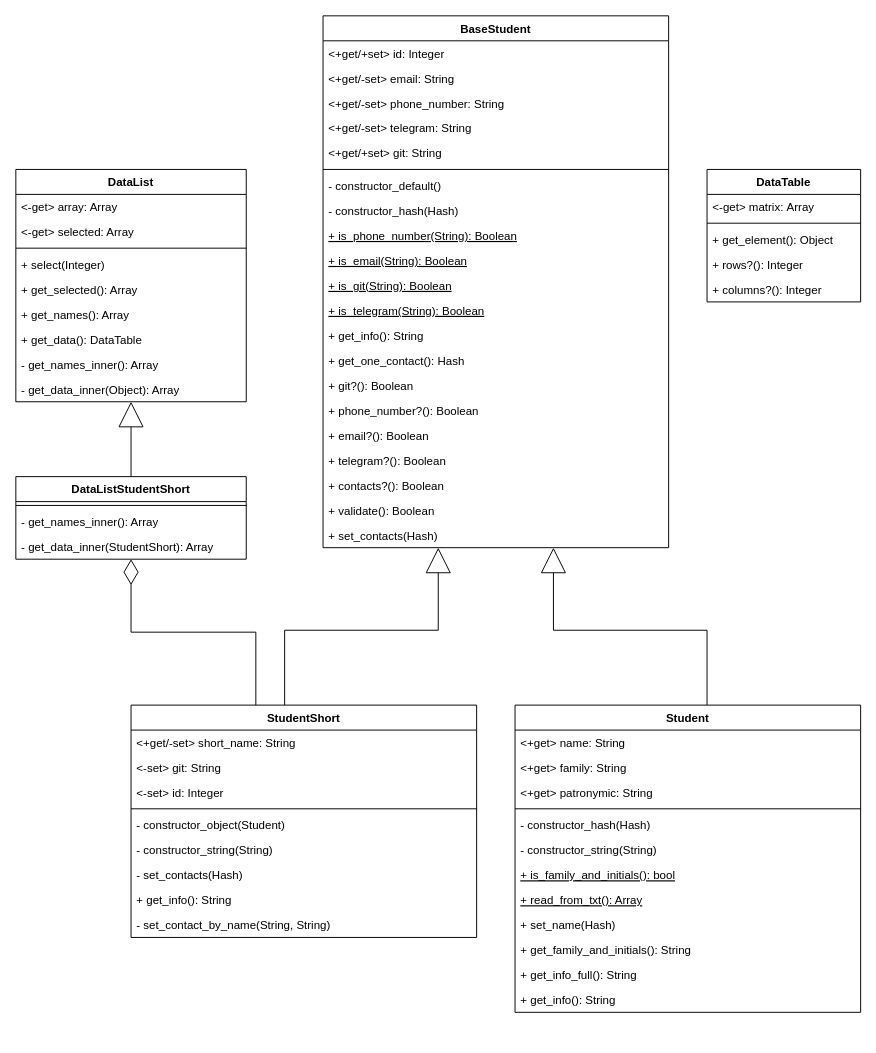
Above: lab2/docs/ClassDiagram.drawio in KirSaxhlil/PatternLabs (draw.io), before the change. Source tidied: cells renumbered, new cells numbered last; positions are measured from the earlier drawing's top-left corner, leaving out a move shared by most shapes. Both pictures are drawn from the tidied source at 96%, with x=0, y=0 at pixel (15, 15).
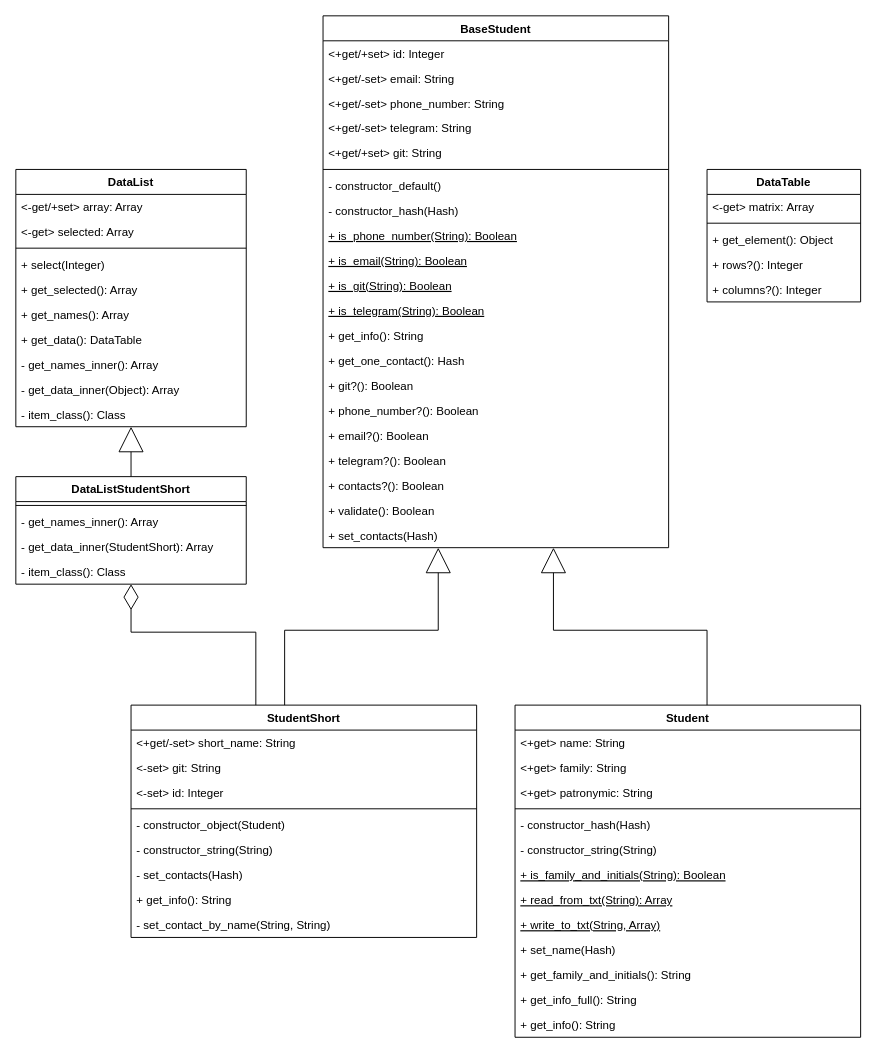
The same diagram, later.

Commit message (it also covers changes not shown here):
Лаб.2 Здч.3-10 Обновлена диаграмма классов

Добавлены недостающие методы. Внесены небольшие правки в диаграмму класса "Student" (забыл указать пару методов, аргументы методов).
А еще я почему-то упорно писал в предыдущих коммитах Лаб.3 вместо Лаб.2, вот незадача-то!

The edit, as a diff of the source:
```diff
@@
     <mxCell id="2" value="Student" style="swimlane;fontStyle=1;align=center;verticalAlign=top;horizontal=1;startSize=26;fillColor=default;swimlaneFillColor=default;" parent="1" vertex="1">
-      <mxGeometry x="520" y="718" width="360" height="320" as="geometry" />
+      <mxGeometry x="520" y="718" width="360" height="346" as="geometry" />
     </mxCell>
@@
-    <mxCell id="9" value="+ is_family_and_initials(): bool" style="text;strokeColor=none;fillColor=none;align=left;verticalAlign=top;spacingLeft=4;spacingRight=4;overflow=hidden;fontStyle=4;" parent="2" vertex="1">
+    <mxCell id="9" value="+ is_family_and_initials(String): Boolean" style="text;strokeColor=none;fillColor=none;align=left;verticalAlign=top;spacingLeft=4;spacingRight=4;overflow=hidden;fontStyle=4;" parent="2" vertex="1">
       <mxGeometry y="164" width="360" height="26" as="geometry" />
     </mxCell>
-    <mxCell id="10" value="+ read_from_txt(): Array" style="text;strokeColor=none;fillColor=none;align=left;verticalAlign=top;spacingLeft=4;spacingRight=4;overflow=hidden;fontStyle=4;" parent="2" vertex="1">
+    <mxCell id="10" value="+ read_from_txt(String): Array" style="text;strokeColor=none;fillColor=none;align=left;verticalAlign=top;spacingLeft=4;spacingRight=4;overflow=hidden;fontStyle=4;" parent="2" vertex="1">
       <mxGeometry y="190" width="360" height="26" as="geometry" />
     </mxCell>
+    <mxCell id="71" value="+ write_to_txt(String, Array)" style="text;strokeColor=none;fillColor=none;align=left;verticalAlign=top;spacingLeft=4;spacingRight=4;overflow=hidden;fontStyle=4;" parent="2" vertex="1">
+      <mxGeometry y="216" width="360" height="26" as="geometry" />
+    </mxCell>
     <mxCell id="11" value="+ set_name(Hash)" style="text;strokeColor=none;fillColor=none;align=left;verticalAlign=top;spacingLeft=4;spacingRight=4;overflow=hidden;fontStyle=0;" parent="2" vertex="1">
-      <mxGeometry y="216" width="360" height="26" as="geometry" />
+      <mxGeometry y="242" width="360" height="26" as="geometry" />
     </mxCell>
     <mxCell id="12" value="+ get_family_and_initials(): String" style="text;strokeColor=none;fillColor=none;align=left;verticalAlign=top;spacingLeft=4;spacingRight=4;overflow=hidden;" parent="2" vertex="1">
-      <mxGeometry y="242" width="360" height="26" as="geometry" />
+      <mxGeometry y="268" width="360" height="26" as="geometry" />
     </mxCell>
     <mxCell id="13" value="+ get_info_full(): String" style="text;strokeColor=none;fillColor=none;align=left;verticalAlign=top;spacingLeft=4;spacingRight=4;overflow=hidden;" parent="2" vertex="1">
-      <mxGeometry y="268" width="360" height="26" as="geometry" />
+      <mxGeometry y="294" width="360" height="26" as="geometry" />
     </mxCell>
     <mxCell id="14" value="+ get_info(): String" style="text;strokeColor=none;fillColor=none;align=left;verticalAlign=top;spacingLeft=4;spacingRight=4;overflow=hidden;" parent="2" vertex="1">
-      <mxGeometry y="294" width="360" height="26" as="geometry" />
+      <mxGeometry y="320" width="360" height="26" as="geometry" />
     </mxCell>
@@
     <mxCell id="55" value="DataList" style="swimlane;fontStyle=1;align=center;verticalAlign=top;horizontal=1;startSize=26;swimlaneFillColor=default;" parent="1" vertex="1">
-      <mxGeometry y="160" width="240" height="242" as="geometry" />
+      <mxGeometry y="160" width="240" height="268" as="geometry" />
     </mxCell>
-    <mxCell id="56" value="&lt;-get&gt; array: Array" style="text;strokeColor=none;fillColor=none;align=left;verticalAlign=top;spacingLeft=4;spacingRight=4;overflow=hidden;" parent="55" vertex="1">
+    <mxCell id="56" value="&lt;-get/+set&gt; array: Array" style="text;strokeColor=none;fillColor=none;align=left;verticalAlign=top;spacingLeft=4;spacingRight=4;overflow=hidden;" parent="55" vertex="1">
       <mxGeometry y="26" width="240" height="26" as="geometry" />
     </mxCell>
@@
+    <mxCell id="72" value="- item_class(): Class" style="text;strokeColor=none;fillColor=none;align=left;verticalAlign=top;spacingLeft=4;spacingRight=4;overflow=hidden;fontStyle=0;" parent="55" vertex="1">
+      <mxGeometry y="242" width="240" height="26" as="geometry" />
+    </mxCell>
     <mxCell id="65" value="DataListStudentShort" style="swimlane;fontStyle=1;align=center;verticalAlign=top;horizontal=1;startSize=26;swimlaneFillColor=default;" parent="1" vertex="1">
-      <mxGeometry y="480" width="240" height="86" as="geometry" />
+      <mxGeometry y="480" width="240" height="112" as="geometry" />
     </mxCell>
@@
+    <mxCell id="73" value="- item_class(): Class" style="text;strokeColor=none;fillColor=none;align=left;verticalAlign=top;spacingLeft=4;spacingRight=4;overflow=hidden;fontStyle=0;" parent="65" vertex="1">
+      <mxGeometry y="86" width="240" height="26" as="geometry" />
+    </mxCell>
```
